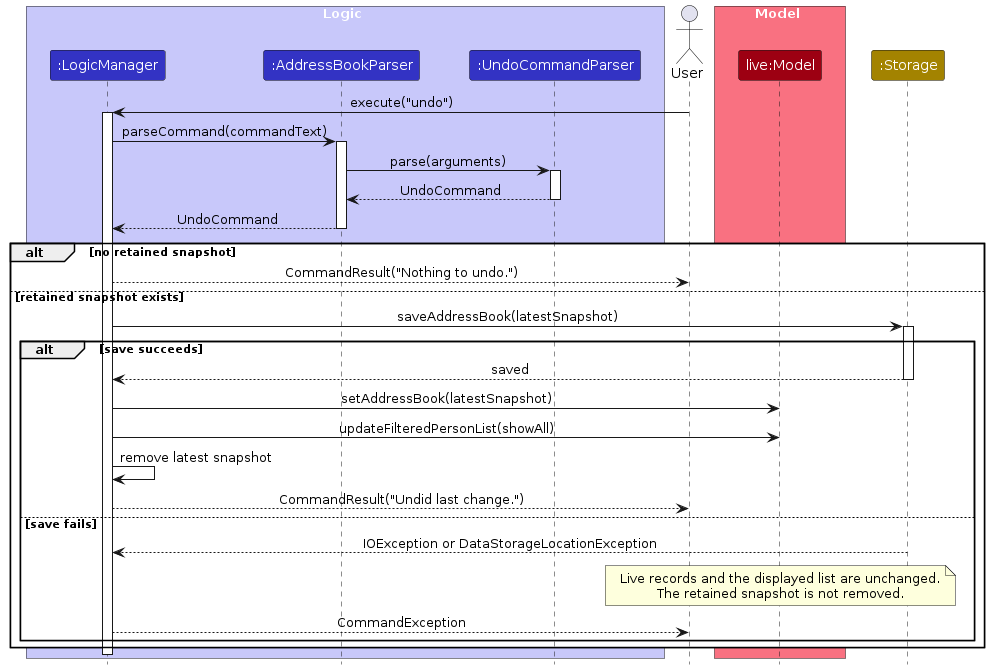
Above: diagrams/UndoSequenceDiagram.png in AY2627S1-CS2103T-F12-1/tp (PlantUML), before the change. Its source is kept beside it as diagrams/UndoSequenceDiagram.puml. Source of this version:
```plantuml
@startuml
!include style.puml
skinparam ArrowFontStyle plain

box Logic LOGIC_COLOR_T1
participant ":LogicManager" as Logic LOGIC_COLOR
participant ":AddressBookParser" as Parser LOGIC_COLOR
participant ":UndoCommandParser" as UndoParser LOGIC_COLOR
end box
actor User
box Model MODEL_COLOR_T1
participant "live:Model" as Live MODEL_COLOR
end box
participant ":Storage" as Storage STORAGE_COLOR

User -> Logic : execute("undo")
activate Logic
Logic -> Parser : parseCommand(commandText)
activate Parser
Parser -> UndoParser : parse(arguments)
activate UndoParser
UndoParser --> Parser : UndoCommand
deactivate UndoParser
Parser --> Logic : UndoCommand
deactivate Parser

alt no retained snapshot
    Logic --> User : CommandResult("Nothing to undo.")
else retained snapshot exists
    Logic -> Storage : saveAddressBook(latestSnapshot)
    activate Storage
    alt save succeeds
        Storage --> Logic : saved
        deactivate Storage
        Logic -> Live : setAddressBook(latestSnapshot)
        Logic -> Live : updateFilteredPersonList(showAll)
        Logic -> Logic : remove latest snapshot
        Logic --> User : CommandResult("Undid last change.")
    else save fails
        Storage --> Logic : IOException or DataStorageLocationException
        deactivate Storage
        note over Live
        Live records and the displayed list are unchanged.
        The retained snapshot is not removed.
        end note
        Logic --> User : CommandException
    end
end
deactivate Logic
@enduml
```
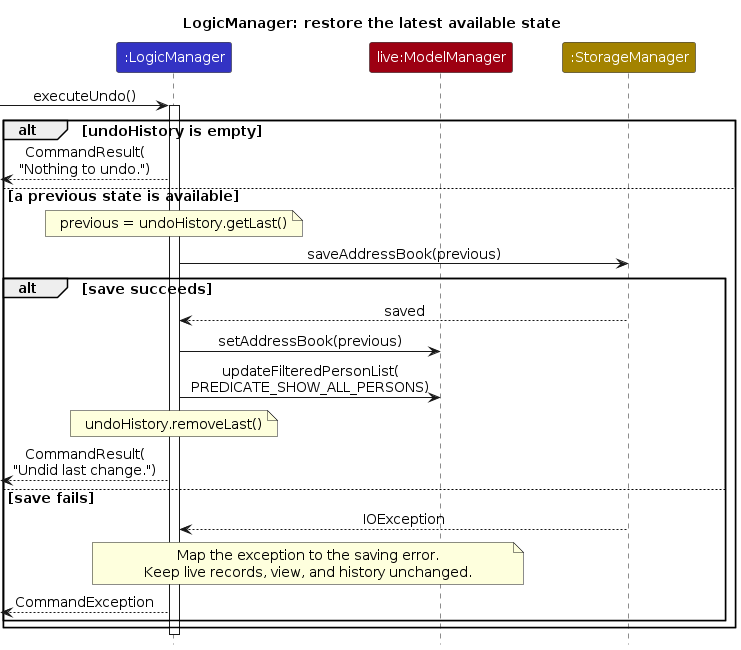
Later version of the same file.

What changed in the source:
```diff
@@ -2,48 +2,30 @@
 !include style.puml
 skinparam ArrowFontStyle plain
 
-box Logic LOGIC_COLOR_T1
+title LogicManager: restore the latest available state
 participant ":LogicManager" as Logic LOGIC_COLOR
-participant ":AddressBookParser" as Parser LOGIC_COLOR
-participant ":UndoCommandParser" as UndoParser LOGIC_COLOR
-end box
-actor User
-box Model MODEL_COLOR_T1
-participant "live:Model" as Live MODEL_COLOR
-end box
-participant ":Storage" as Storage STORAGE_COLOR
-
-User -> Logic : execute("undo")
+participant "live:ModelManager" as Model MODEL_COLOR
+participant ":StorageManager" as Storage STORAGE_COLOR
+[-> Logic : executeUndo()
 activate Logic
-Logic -> Parser : parseCommand(commandText)
-activate Parser
-Parser -> UndoParser : parse(arguments)
-activate UndoParser
-UndoParser --> Parser : UndoCommand
-deactivate UndoParser
-Parser --> Logic : UndoCommand
-deactivate Parser
-
-alt no retained snapshot
-    Logic --> User : CommandResult("Nothing to undo.")
-else retained snapshot exists
-    Logic -> Storage : saveAddressBook(latestSnapshot)
-    activate Storage
+alt undoHistory is empty
+    [<-- Logic : CommandResult(\n"Nothing to undo.")
+else a previous state is available
+    note over Logic : previous = undoHistory.getLast()
+    Logic -> Storage : saveAddressBook(previous)
     alt save succeeds
         Storage --> Logic : saved
-        deactivate Storage
-        Logic -> Live : setAddressBook(latestSnapshot)
-        Logic -> Live : updateFilteredPersonList(showAll)
-        Logic -> Logic : remove latest snapshot
-        Logic --> User : CommandResult("Undid last change.")
+        Logic -> Model : setAddressBook(previous)
+        Logic -> Model : updateFilteredPersonList(\nPREDICATE_SHOW_ALL_PERSONS)
+        note over Logic : undoHistory.removeLast()
+        [<-- Logic : CommandResult(\n"Undid last change.")
     else save fails
-        Storage --> Logic : IOException or DataStorageLocationException
-        deactivate Storage
-        note over Live
-        Live records and the displayed list are unchanged.
-        The retained snapshot is not removed.
+        Storage --> Logic : IOException
+        note over Logic, Model
+        Map the exception to the saving error.
+        Keep live records, view, and history unchanged.
         end note
-        Logic --> User : CommandException
+        [<-- Logic : CommandException
     end
 end
 deactivate Logic
```
